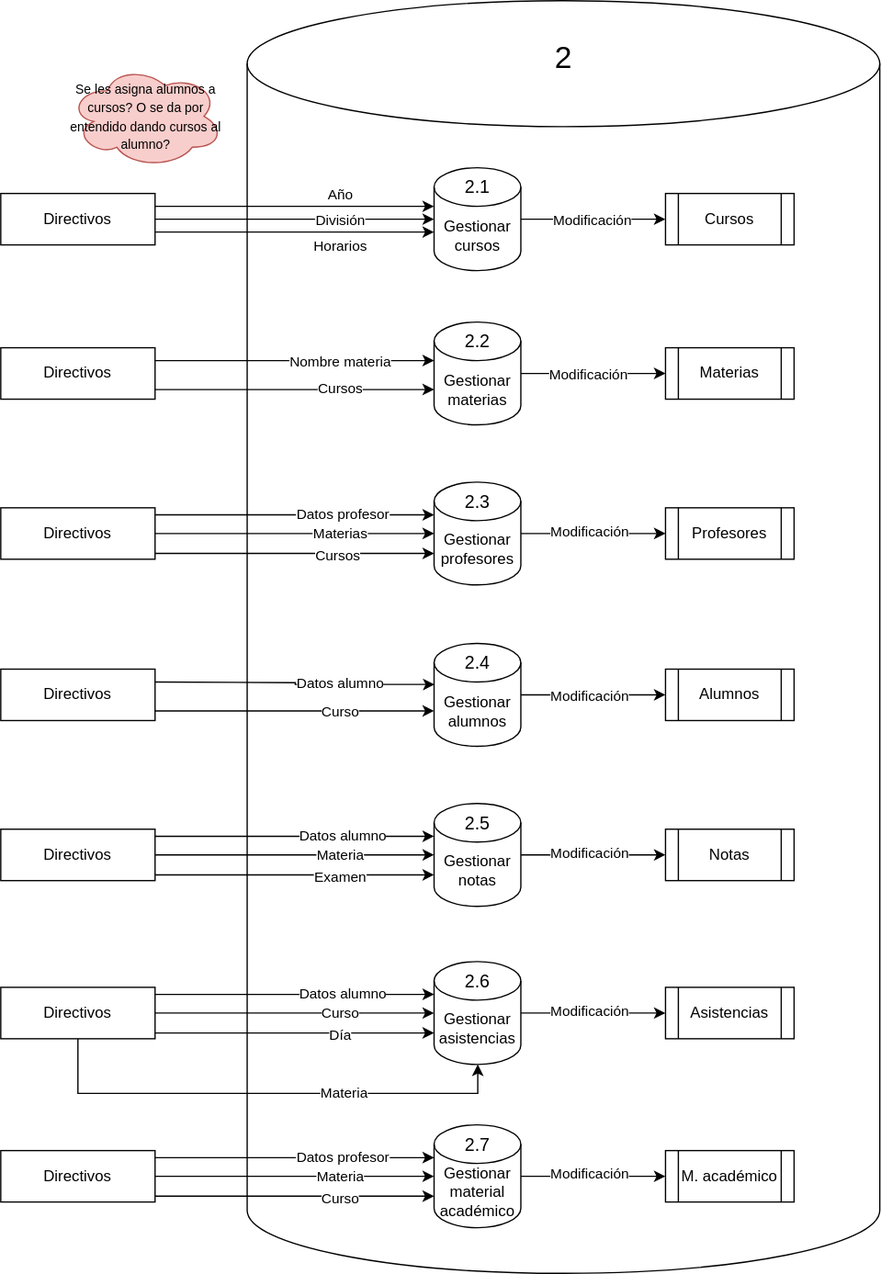
Earlier version of the draw.io export docs/Diagramas/DFD Nivel 1/Imágenes/DFD 2 - Gestionar institución.svg (MaksiConGit/proyecto-final-tercero). Source tidied: cells renumbered, new cells last; positions are measured from the earlier drawing's top-left corner, leaving out a move shared by most shapes.
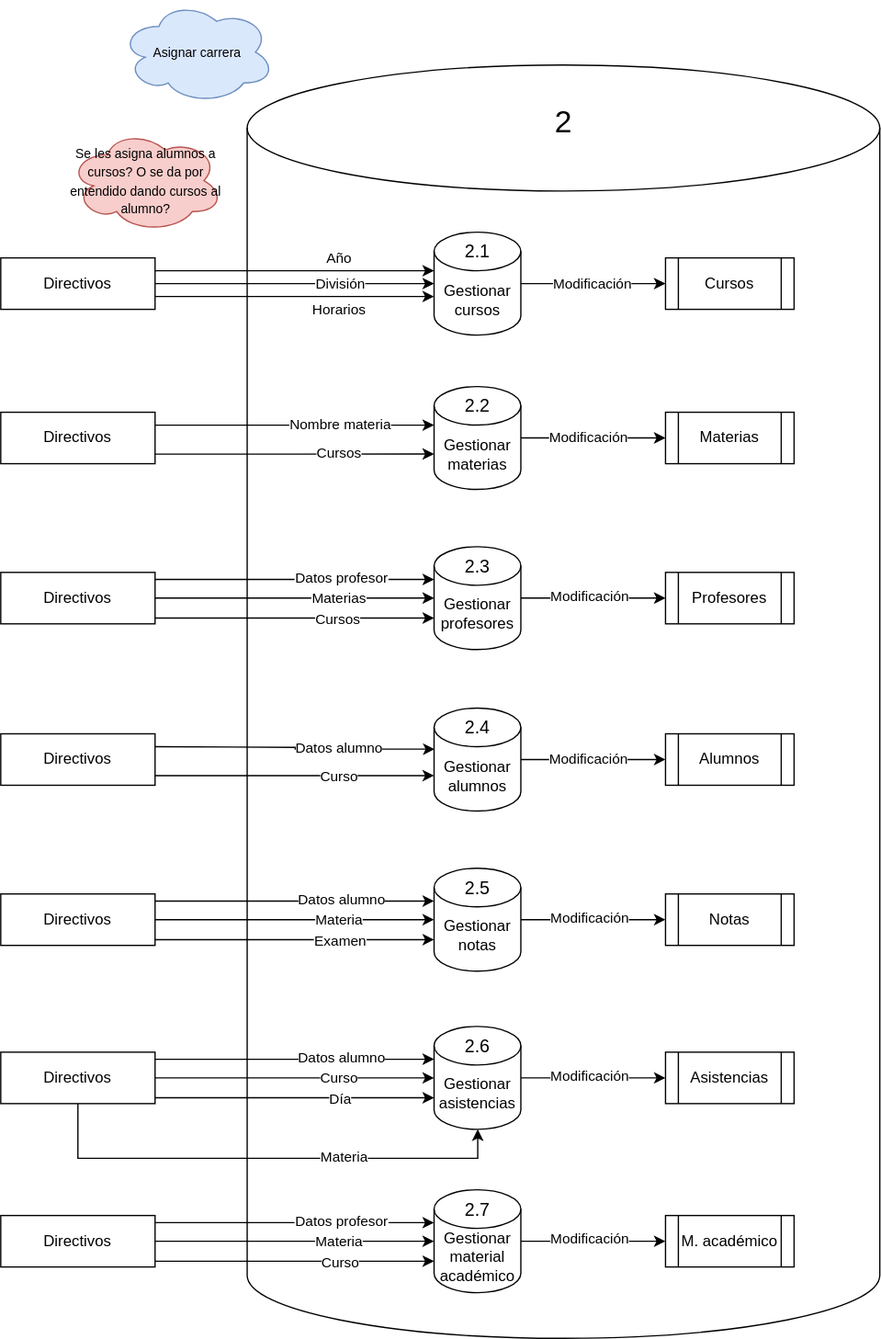
The same file after the commit.

The edit, as a diff of the source:
```diff
@@ -407,5 +407,8 @@
         <mxPoint x="10" as="offset" />
       </mxGeometry>
     </mxCell>
+    <mxCell id="96" value="&lt;font style=&quot;font-size: 10px;&quot;&gt;Asignar carrera&lt;/font&gt;" style="ellipse;shape=cloud;whiteSpace=wrap;html=1;fillColor=#dae8fc;strokeColor=#6c8ebf;" parent="1" vertex="1">
+      <mxGeometry x="93" y="-50" width="120" height="80" as="geometry" />
+    </mxCell>
   </root>
 </mxGraphModel>
```
